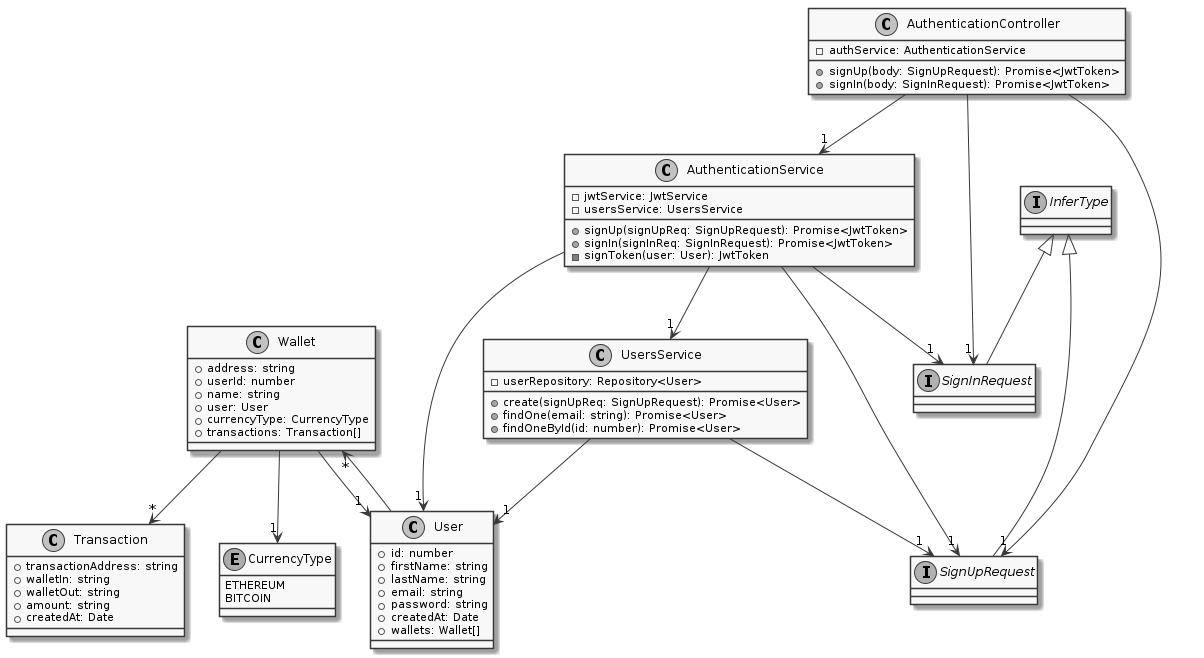
Above: packages/docs/diagrams/generated/class_diagram_api_authentication.png in SOEN-490-Capstone/Cryptify (PlantUML), before the change.
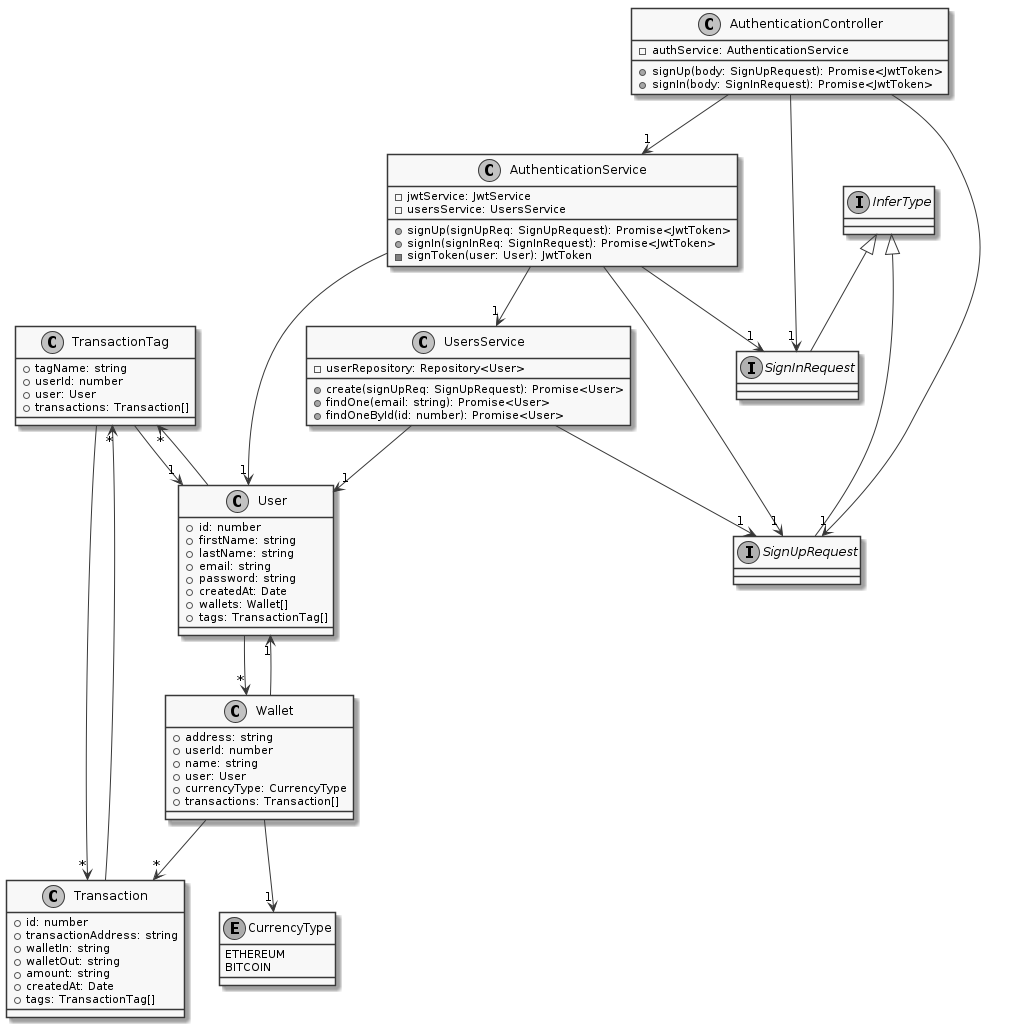
After the change.

Change to the diagram source:
```diff
@@ -1,11 +1,19 @@
 @startuml
 skinparam monochrome true
+class TransactionTag {
+    +tagName: string
+    +userId: number
+    +user: User
+    +transactions: Transaction[]
+}
 class Transaction {
+    +id: number
     +transactionAddress: string
     +walletIn: string
     +walletOut: string
     +amount: string
     +createdAt: Date
+    +tags: TransactionTag[]
 }
 enum CurrencyType {
     ETHEREUM
@@ -27,6 +35,7 @@
     +password: string
     +createdAt: Date
     +wallets: Wallet[]
+    +tags: TransactionTag[]
 }
 interface SignUpRequest extends InferType
 class UsersService {
@@ -48,10 +57,14 @@
     +signUp(body: SignUpRequest): Promise<JwtToken>
     +signIn(body: SignInRequest): Promise<JwtToken>
 }
+TransactionTag --> "1" User
+TransactionTag --> "*" Transaction
+Transaction --> "*" TransactionTag
 Wallet --> "1" User
 Wallet --> "1" CurrencyType
 Wallet --> "*" Transaction
 User --> "*" Wallet
+User --> "*" TransactionTag
 UsersService --> "1" User
 UsersService --> "1" SignUpRequest
 AuthenticationService --> "1" UsersService
```
